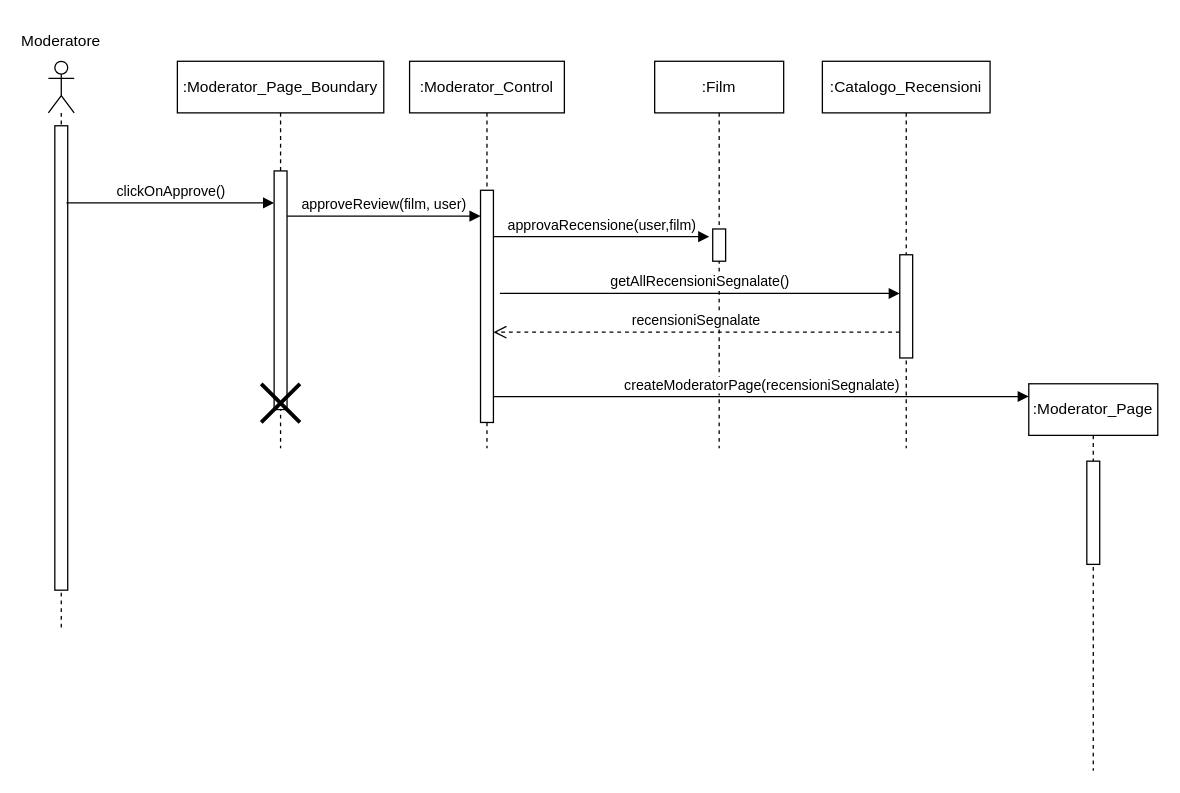
Before: New Diagrams/Sequence Diagrams/UC18- Approva recensione.drawio in superfra01/Rated, a draw.io diagram. Source tidied: cells renumbered, new cells numbered last; positions are measured from the earlier drawing's top-left corner, leaving out a move shared by most shapes. Both pictures are drawn from the tidied source at 129%, with x=0, y=0 at pixel (22, 22).
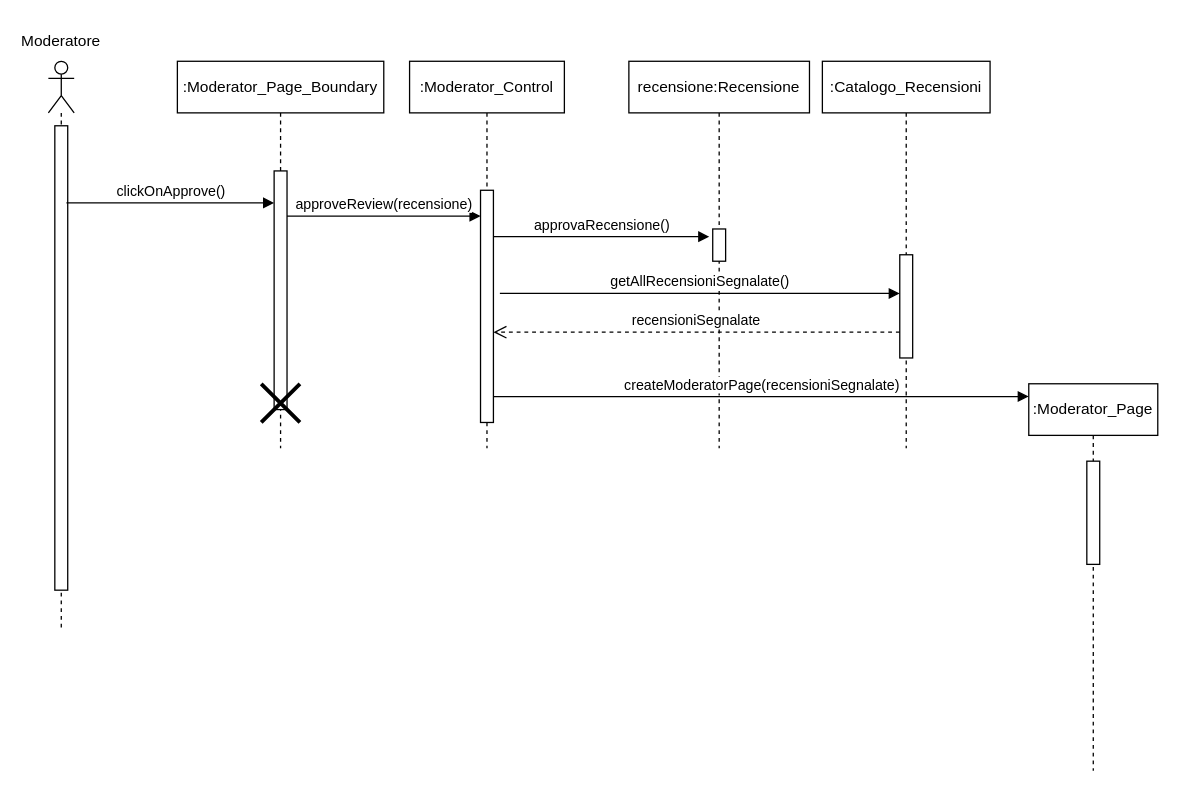
After the change.

Unchanged cells that the change refers to:
```xml
<mxCell id="7" style="html=1;points=[[0,0,0,0,5],[0,1,0,0,-5],[1,0,0,0,5],[1,1,0,0,-5]];perimeter=orthogonalPerimeter;outlineConnect=0;targetShapes=umlLifeline;portConstraint=eastwest;newEdgeStyle={&quot;curved&quot;:0,&quot;rounded&quot;:0};" parent="6" vertex="1">
  <mxGeometry x="75" y="85" width="10" height="185" as="geometry" />
</mxCell>
<mxCell id="11" style="html=1;points=[[0,0,0,0,5],[0,1,0,0,-5],[1,0,0,0,5],[1,1,0,0,-5]];perimeter=orthogonalPerimeter;outlineConnect=0;targetShapes=umlLifeline;portConstraint=eastwest;newEdgeStyle={&quot;curved&quot;:0,&quot;rounded&quot;:0};" parent="10" vertex="1">
  <mxGeometry x="55" y="100" width="10" height="180" as="geometry" />
</mxCell>
```

Diff of the diagram source:
```diff
@@
-    <mxCell id="9" value="approveReview(film, user)" style="html=1;verticalAlign=bottom;endArrow=block;curved=0;rounded=0;" parent="1" edge="1" source="7" target="11">
+    <mxCell id="9" value="approveReview(recensione)" style="html=1;verticalAlign=bottom;endArrow=block;curved=0;rounded=0;" parent="1" edge="1" source="7" target="11">
       <mxGeometry relative="1" as="geometry">
         <Array as="points">
           <mxPoint x="260" y="150" />
         </Array>
       </mxGeometry>
     </mxCell>
@@
-    <mxCell id="12" value="approvaRecensione(user,film)" style="html=1;verticalAlign=bottom;endArrow=block;curved=0;rounded=0;entryX=-0.267;entryY=0.238;entryDx=0;entryDy=0;entryPerimeter=0;" parent="1" edge="1" source="11" target="14">
+    <mxCell id="12" value="approvaRecensione()" style="html=1;verticalAlign=bottom;endArrow=block;curved=0;rounded=0;entryX=-0.267;entryY=0.238;entryDx=0;entryDy=0;entryPerimeter=0;" parent="1" edge="1" source="11" target="14">
       <mxGeometry relative="1" as="geometry" />
     </mxCell>
-    <mxCell id="13" value=":Film" style="shape=umlLifeline;perimeter=lifelinePerimeter;whiteSpace=wrap;html=1;newEdgeStyle={&quot;curved&quot;:0,&quot;rounded&quot;:0};" parent="1" vertex="1">
-      <mxGeometry x="490" y="30" width="100" height="300" as="geometry" />
+    <mxCell id="13" value="recensione:Recensione" style="shape=umlLifeline;perimeter=lifelinePerimeter;whiteSpace=wrap;html=1;newEdgeStyle={&quot;curved&quot;:0,&quot;rounded&quot;:0};size=40;" parent="1" vertex="1">
+      <mxGeometry x="470" y="30" width="140" height="300" as="geometry" />
     </mxCell>
     <mxCell id="14" style="html=1;points=[[0,0,0,0,5],[0,1,0,0,-5],[1,0,0,0,5],[1,1,0,0,-5]];perimeter=orthogonalPerimeter;outlineConnect=0;targetShapes=umlLifeline;portConstraint=eastwest;newEdgeStyle={&quot;curved&quot;:0,&quot;rounded&quot;:0};" parent="13" vertex="1">
-      <mxGeometry x="45" y="130" width="10" height="25" as="geometry" />
+      <mxGeometry x="65" y="130" width="10" height="25" as="geometry" />
     </mxCell>
```
